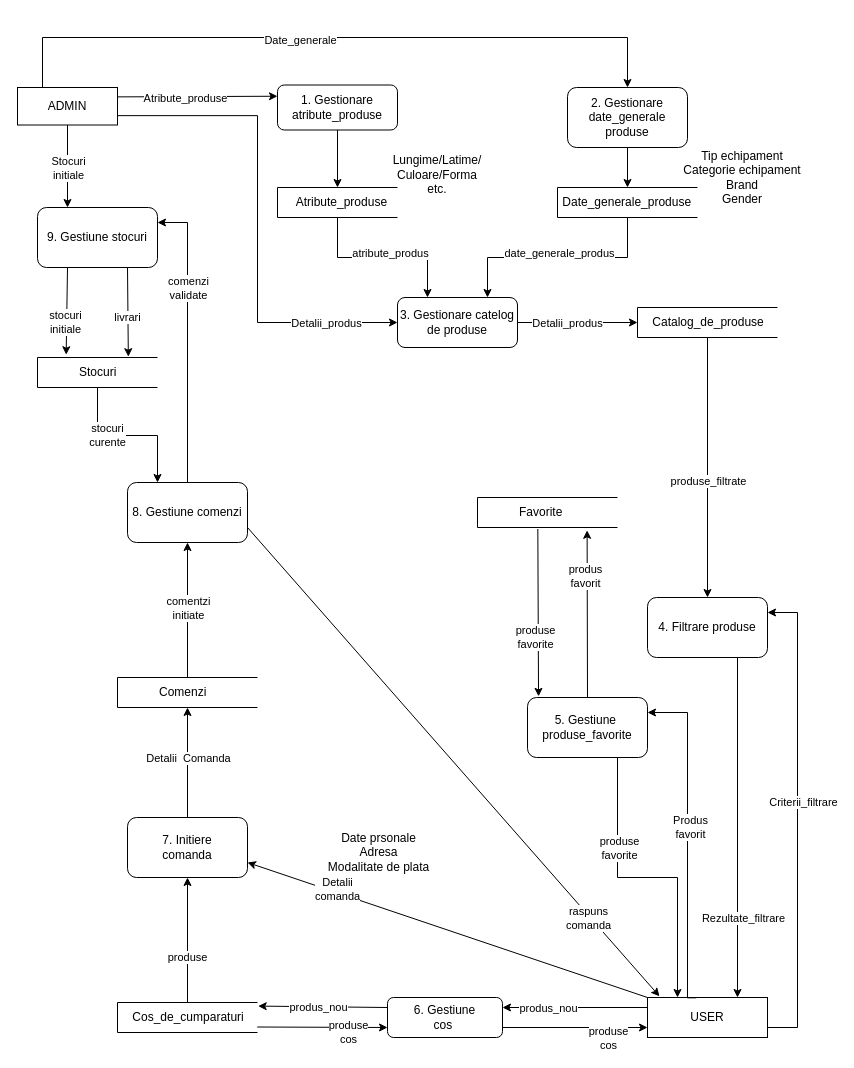
Earlier version of the draw.io diagram Diagrame/context_diagram.drawio (sergiusergiu1234/licenta). Source tidied: cells renumbered, new cells numbered last; positions are measured from the earlier drawing's top-left corner, leaving out a move shared by most shapes. Both pictures are drawn from the tidied source at 100%, with x=0, y=0 at pixel (17, 37).
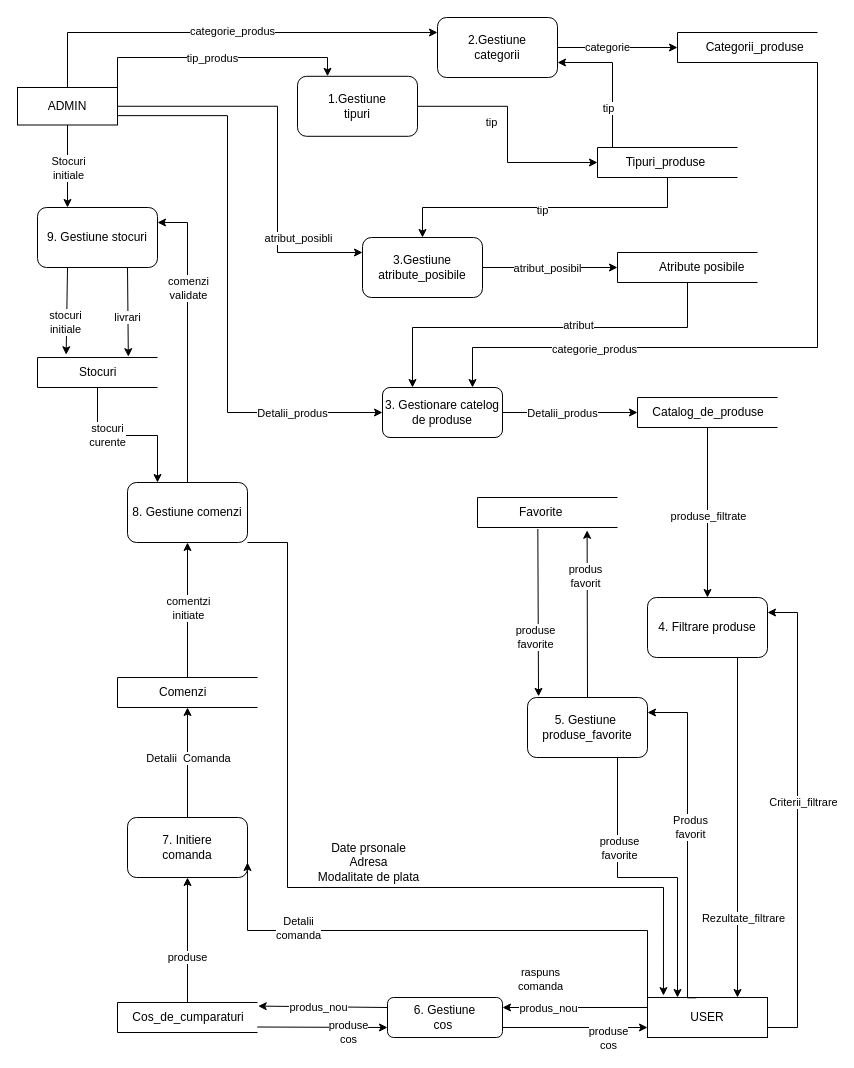
The same diagram, later.

Unchanged cells that the change refers to:
```xml
<mxCell id="2" value="ADMIN" style="rounded=0;whiteSpace=wrap;html=1;" parent="1" vertex="1">
  <mxGeometry y="50" width="100" height="37.5" as="geometry" />
</mxCell>
<mxCell id="3" value="USER" style="rounded=0;whiteSpace=wrap;html=1;" parent="1" vertex="1">
  <mxGeometry x="630" y="960" width="120" height="40" as="geometry" />
</mxCell>
<mxCell id="53" value="7. Initiere&lt;br&gt;comanda" style="rounded=1;whiteSpace=wrap;html=1;" parent="1" vertex="1">
  <mxGeometry x="110" y="780" width="120" height="60" as="geometry" />
</mxCell>
<mxCell id="62" value="8. Gestiune comenzi" style="rounded=1;whiteSpace=wrap;html=1;" parent="1" vertex="1">
  <mxGeometry x="110" y="445" width="120" height="60" as="geometry" />
</mxCell>
```

Diff of the diagram source:
```diff
@@
-    <mxCell id="4" value="1. Gestionare&lt;br&gt;atribute_produse" style="rounded=1;whiteSpace=wrap;html=1;" parent="1" vertex="1">
-      <mxGeometry x="260" y="47.5" width="120" height="45" as="geometry" />
-    </mxCell>
-    <mxCell id="5" value="2. Gestionare&lt;br&gt;date_generale&lt;br&gt;produse" style="rounded=1;whiteSpace=wrap;html=1;" parent="1" vertex="1">
-      <mxGeometry x="550" y="50" width="120" height="60" as="geometry" />
-    </mxCell>
-    <mxCell id="6" style="endArrow=classic;html=1;rounded=0;exitX=1;exitY=0.25;exitDx=0;exitDy=0;entryX=0;entryY=0.25;entryDx=0;entryDy=0;" parent="1" edge="1" source="2" target="4">
-      <mxGeometry relative="1" as="geometry" />
-    </mxCell>
-    <mxCell id="7" value="Atribute_produse" style="edgeLabel;html=1;align=center;verticalAlign=middle;" parent="6" vertex="1">
-      <mxGeometry x="-0.16" y="-1" relative="1" as="geometry" />
-    </mxCell>
-    <mxCell id="8" style="endArrow=classic;html=1;rounded=0;exitX=0.25;exitY=0;exitDx=0;exitDy=0;entryX=0.5;entryY=0;entryDx=0;entryDy=0;edgeStyle=elbowEdgeStyle;" parent="1" edge="1" source="2" target="5">
-      <mxGeometry relative="1" as="geometry">
-        <Array as="points">
-          <mxPoint x="250" />
-        </Array>
-      </mxGeometry>
-    </mxCell>
-    <mxCell id="9" value="Date_generale" style="edgeLabel;html=1;align=center;verticalAlign=middle;" parent="8" vertex="1">
-      <mxGeometry x="0.07" y="-2" relative="1" as="geometry">
-        <mxPoint x="-59" as="offset" />
-      </mxGeometry>
-    </mxCell>
-    <mxCell id="10" value="&amp;nbsp; &amp;nbsp; &amp;nbsp;Atribute_produse" style="strokeWidth=1;html=1;shape=mxgraph.flowchart.annotation_1;align=left;" parent="1" vertex="1">
-      <mxGeometry x="260" y="150" width="120" height="30" as="geometry" />
-    </mxCell>
-    <mxCell id="11" value="&amp;nbsp;Date_generale_produse" style="strokeWidth=1;html=1;shape=mxgraph.flowchart.annotation_1;align=left;" parent="1" vertex="1">
-      <mxGeometry x="540" y="150" width="140" height="30" as="geometry" />
-    </mxCell>
-    <mxCell id="12" style="endArrow=classic;html=1;rounded=0;exitX=0.5;exitY=1;exitDx=0;exitDy=0;entryX=0.5;entryY=0;entryDx=0;entryDy=0;entryPerimeter=0;" parent="1" edge="1" source="4" target="10">
-      <mxGeometry relative="1" as="geometry" />
-    </mxCell>
-    <mxCell id="13" style="endArrow=classic;html=1;rounded=0;exitX=0.5;exitY=1;exitDx=0;exitDy=0;entryX=0.5;entryY=0;entryDx=0;entryDy=0;entryPerimeter=0;" parent="1" edge="1" source="5" target="11">
-      <mxGeometry relative="1" as="geometry" />
-    </mxCell>
     <mxCell id="14" value="3. Gestionare catelog&lt;br&gt;de produse" style="rounded=1;whiteSpace=wrap;html=1;" parent="1" vertex="1">
-      <mxGeometry x="380" y="260" width="120" height="50" as="geometry" />
+      <mxGeometry x="365" y="350" width="120" height="50" as="geometry" />
     </mxCell>
-    <mxCell id="15" value="&lt;br&gt;Lungime/Latime/&lt;br&gt;Culoare/Forma&lt;br&gt;etc." style="text;html=1;strokeColor=none;fillColor=none;align=center;verticalAlign=middle;whiteSpace=wrap;rounded=0;" parent="1" vertex="1">
-      <mxGeometry x="370" y="90" width="100" height="80" as="geometry" />
-    </mxCell>
-    <mxCell id="16" value="Tip echipament&lt;br&gt;Categorie echipament&lt;br&gt;Brand&lt;br&gt;Gender&lt;br&gt;" style="text;html=1;strokeColor=none;fillColor=none;align=center;verticalAlign=middle;whiteSpace=wrap;rounded=0;" parent="1" vertex="1">
-      <mxGeometry x="660" y="100" width="130" height="80" as="geometry" />
-    </mxCell>
-    <mxCell id="17" style="endArrow=classic;html=1;rounded=0;exitX=0.5;exitY=1;exitDx=0;exitDy=0;exitPerimeter=0;entryX=0.25;entryY=0;entryDx=0;entryDy=0;edgeStyle=elbowEdgeStyle;elbow=vertical;" parent="1" edge="1" source="10" target="14">
-      <mxGeometry relative="1" as="geometry" />
-    </mxCell>
-    <mxCell id="18" value="atribute_produs" style="edgeLabel;html=1;align=center;verticalAlign=middle;" parent="17" vertex="1">
-      <mxGeometry x="-0.27" relative="1" as="geometry">
-        <mxPoint x="30" y="-5" as="offset" />
-      </mxGeometry>
-    </mxCell>
-    <mxCell id="19" style="endArrow=classic;html=1;rounded=0;exitX=0.5;exitY=1;exitDx=0;exitDy=0;exitPerimeter=0;edgeStyle=elbowEdgeStyle;elbow=vertical;entryX=0.75;entryY=0;entryDx=0;entryDy=0;" parent="1" edge="1" source="11" target="14">
-      <mxGeometry relative="1" as="geometry" />
-    </mxCell>
-    <mxCell id="20" value="date_generale_produs" style="edgeLabel;html=1;align=center;verticalAlign=middle;" parent="19" vertex="1">
-      <mxGeometry x="-0.32" y="2" relative="1" as="geometry">
-        <mxPoint x="-34" y="-7" as="offset" />
-      </mxGeometry>
-    </mxCell>
     <mxCell id="21" style="endArrow=classic;html=1;rounded=0;exitX=1;exitY=0.75;exitDx=0;exitDy=0;entryX=0;entryY=0.5;entryDx=0;entryDy=0;edgeStyle=elbowEdgeStyle;" parent="1" edge="1" source="2" target="14">
-      <mxGeometry relative="1" as="geometry" />
+      <mxGeometry relative="1" as="geometry">
+        <Array as="points">
+          <mxPoint x="210" y="120" />
+        </Array>
+      </mxGeometry>
     </mxCell>
@@
     <mxCell id="23" value="&amp;nbsp; &amp;nbsp; Catalog_de_produse" style="strokeWidth=1;html=1;shape=mxgraph.flowchart.annotation_1;align=left;" parent="1" vertex="1">
-      <mxGeometry x="620" y="270" width="140" height="30" as="geometry" />
+      <mxGeometry x="620" y="360" width="140" height="30" as="geometry" />
     </mxCell>
@@
-    <mxCell id="56" style="endArrow=classic;html=1;rounded=0;exitX=0;exitY=0;exitDx=0;exitDy=0;entryX=1;entryY=0.75;entryDx=0;entryDy=0;" parent="1" edge="1" source="3" target="53">
+    <mxCell id="56" style="endArrow=classic;html=1;rounded=0;exitX=0;exitY=0;exitDx=0;exitDy=0;entryX=1;entryY=0.75;entryDx=0;entryDy=0;edgeStyle=elbowEdgeStyle;elbow=vertical;" parent="1" edge="1" source="3" target="53">
       <mxGeometry relative="1" as="geometry" />
     </mxCell>
@@
     <mxCell id="58" value="Date prsonale&lt;br&gt;Adresa&lt;br&gt;Modalitate de plata&lt;br&gt;" style="text;html=1;strokeColor=none;fillColor=none;align=center;verticalAlign=middle;whiteSpace=wrap;rounded=0;" parent="1" vertex="1">
-      <mxGeometry x="290" y="790" width="142.5" height="50" as="geometry" />
+      <mxGeometry x="280" y="800" width="142.5" height="50" as="geometry" />
     </mxCell>
@@
-    <mxCell id="65" style="endArrow=classic;html=1;rounded=0;exitX=1;exitY=0.75;exitDx=0;exitDy=0;entryX=0.1;entryY=-0.03;entryDx=0;entryDy=0;entryPerimeter=0;" parent="1" edge="1" source="62" target="3">
-      <mxGeometry relative="1" as="geometry" />
+    <mxCell id="65" style="endArrow=classic;html=1;rounded=0;exitX=1;exitY=1;exitDx=0;exitDy=0;edgeStyle=orthogonalEdgeStyle;entryX=0.133;entryY=-0.048;entryDx=0;entryDy=0;entryPerimeter=0;" parent="1" edge="1" source="62" target="3">
+      <mxGeometry relative="1" as="geometry">
+        <Array as="points">
+          <mxPoint x="270" y="505" />
+          <mxPoint x="270" y="850" />
+          <mxPoint x="646" y="850" />
+        </Array>
+      </mxGeometry>
     </mxCell>
@@
+    <mxCell id="79" value="1.Gestiune&lt;br&gt;tipuri" style="rounded=1;whiteSpace=wrap;html=1;" parent="1" vertex="1">
+      <mxGeometry x="280" y="38.8" width="120" height="60" as="geometry" />
+    </mxCell>
+    <mxCell id="80" value="&lt;span style=&quot;white-space: pre;&quot;&gt;&#9;&lt;/span&gt;Tipuri_produse" style="strokeWidth=1;html=1;shape=mxgraph.flowchart.annotation_1;align=left;" parent="1" vertex="1">
+      <mxGeometry x="580" y="110" width="140" height="30" as="geometry" />
+    </mxCell>
+    <mxCell id="81" style="endArrow=classic;html=1;rounded=0;exitX=1;exitY=0.5;exitDx=0;exitDy=0;entryX=0;entryY=0.5;entryDx=0;entryDy=0;entryPerimeter=0;edgeStyle=elbowEdgeStyle;" parent="1" edge="1" source="79" target="80">
+      <mxGeometry relative="1" as="geometry" />
+    </mxCell>
+    <mxCell id="82" value="tip" style="edgeLabel;html=1;align=center;verticalAlign=middle;" parent="81" vertex="1">
+      <mxGeometry x="-0.37" y="1" relative="1" as="geometry">
+        <mxPoint x="-1" y="17" as="offset" />
+      </mxGeometry>
+    </mxCell>
+    <mxCell id="83" value="2.Gestiune&lt;br&gt;categorii" style="rounded=1;whiteSpace=wrap;html=1;" parent="1" vertex="1">
+      <mxGeometry x="420" y="-20" width="120" height="60" as="geometry" />
+    </mxCell>
+    <mxCell id="84" style="endArrow=classic;html=1;rounded=0;exitX=0.5;exitY=0;exitDx=0;exitDy=0;entryX=0;entryY=0.25;entryDx=0;entryDy=0;edgeStyle=elbowEdgeStyle;" parent="1" edge="1" source="2" target="83">
+      <mxGeometry relative="1" as="geometry">
+        <Array as="points">
+          <mxPoint x="50" y="20" />
+          <mxPoint x="330" y="80" />
+        </Array>
+      </mxGeometry>
+    </mxCell>
+    <mxCell id="85" value="categorie_produs" style="edgeLabel;html=1;align=center;verticalAlign=middle;" parent="84" vertex="1">
+      <mxGeometry x="0.03" y="1" relative="1" as="geometry" />
+    </mxCell>
+    <mxCell id="86" value="&lt;span style=&quot;white-space: pre;&quot;&gt;&#9;&lt;/span&gt;Categorii_produse" style="strokeWidth=1;html=1;shape=mxgraph.flowchart.annotation_1;align=left;" parent="1" vertex="1">
+      <mxGeometry x="660" y="-5" width="140" height="30" as="geometry" />
+    </mxCell>
+    <mxCell id="87" style="endArrow=classic;html=1;rounded=0;exitX=1;exitY=0.5;exitDx=0;exitDy=0;entryX=0;entryY=0.5;entryDx=0;entryDy=0;entryPerimeter=0;" parent="1" edge="1" source="83" target="86">
+      <mxGeometry relative="1" as="geometry" />
+    </mxCell>
+    <mxCell id="88" value="categorie" style="edgeLabel;html=1;align=center;verticalAlign=middle;" parent="87" vertex="1">
+      <mxGeometry x="-0.19" y="1" relative="1" as="geometry" />
+    </mxCell>
+    <mxCell id="89" style="endArrow=classic;html=1;rounded=0;exitX=0.5;exitY=0;exitDx=0;exitDy=0;exitPerimeter=0;entryX=1;entryY=0.75;entryDx=0;entryDy=0;edgeStyle=elbowEdgeStyle;" parent="1" edge="1" source="80" target="83">
+      <mxGeometry relative="1" as="geometry" />
+    </mxCell>
+    <mxCell id="90" value="tip" style="edgeLabel;html=1;align=center;verticalAlign=middle;" parent="89" vertex="1">
+      <mxGeometry x="-0.23" y="2" relative="1" as="geometry">
+        <mxPoint x="-3" y="-20" as="offset" />
+      </mxGeometry>
+    </mxCell>
+    <mxCell id="91" style="endArrow=classic;html=1;rounded=0;exitX=1;exitY=0.25;exitDx=0;exitDy=0;entryX=0.25;entryY=0;entryDx=0;entryDy=0;edgeStyle=elbowEdgeStyle;elbow=vertical;" parent="1" edge="1" source="2" target="79">
+      <mxGeometry relative="1" as="geometry">
+        <Array as="points">
+          <mxPoint x="160" y="20" />
+          <mxPoint x="220" y="60" />
+        </Array>
+      </mxGeometry>
+    </mxCell>
+    <mxCell id="92" value="tip_produs" style="edgeLabel;html=1;align=center;verticalAlign=middle;" parent="91" vertex="1">
+      <mxGeometry x="0.17" y="-4" relative="1" as="geometry">
+        <mxPoint x="-23" y="-4" as="offset" />
+      </mxGeometry>
+    </mxCell>
+    <mxCell id="93" value="3.Gestiune&lt;br&gt;atribute_posibile" style="rounded=1;whiteSpace=wrap;html=1;" parent="1" vertex="1">
+      <mxGeometry x="345" y="200" width="120" height="60" as="geometry" />
+    </mxCell>
+    <mxCell id="94" value="&lt;blockquote style=&quot;margin: 0 0 0 40px; border: none; padding: 0px;&quot;&gt;Atribute posibile&lt;/blockquote&gt;" style="strokeWidth=1;html=1;shape=mxgraph.flowchart.annotation_1;align=left;" parent="1" vertex="1">
+      <mxGeometry x="600" y="215" width="140" height="30" as="geometry" />
+    </mxCell>
+    <mxCell id="95" style="endArrow=classic;html=1;rounded=0;exitX=0.5;exitY=1;exitDx=0;exitDy=0;exitPerimeter=0;entryX=0.5;entryY=0;entryDx=0;entryDy=0;edgeStyle=elbowEdgeStyle;elbow=vertical;" parent="1" edge="1" source="80" target="93">
+      <mxGeometry relative="1" as="geometry" />
+    </mxCell>
+    <mxCell id="96" value="tip" style="edgeLabel;html=1;align=center;verticalAlign=middle;" parent="95" vertex="1">
+      <mxGeometry x="-0.1" y="5" relative="1" as="geometry">
+        <mxPoint x="-19" y="-3" as="offset" />
+      </mxGeometry>
+    </mxCell>
+    <mxCell id="97" style="endArrow=classic;html=1;rounded=0;elbow=vertical;exitX=1;exitY=0.5;exitDx=0;exitDy=0;entryX=0;entryY=0.5;entryDx=0;entryDy=0;entryPerimeter=0;" parent="1" edge="1" source="93" target="94">
+      <mxGeometry relative="1" as="geometry" />
+    </mxCell>
+    <mxCell id="98" value="atribut_posibil" style="edgeLabel;html=1;align=center;verticalAlign=middle;" parent="97" vertex="1">
+      <mxGeometry x="0.13" y="1" relative="1" as="geometry">
+        <mxPoint x="-12" y="1" as="offset" />
+      </mxGeometry>
+    </mxCell>
+    <mxCell id="99" style="endArrow=classic;html=1;rounded=0;exitX=1;exitY=0.5;exitDx=0;exitDy=0;entryX=0;entryY=0.25;entryDx=0;entryDy=0;edgeStyle=elbowEdgeStyle;" parent="1" edge="1" source="2" target="93">
+      <mxGeometry relative="1" as="geometry">
+        <Array as="points">
+          <mxPoint x="260" y="160" />
+        </Array>
+      </mxGeometry>
+    </mxCell>
+    <mxCell id="100" value="atribut_posibli" style="edgeLabel;html=1;align=center;verticalAlign=middle;" parent="99" vertex="1">
+      <mxGeometry x="0.23" y="4" relative="1" as="geometry">
+        <mxPoint x="16" y="51" as="offset" />
+      </mxGeometry>
+    </mxCell>
+    <mxCell id="101" style="endArrow=classic;html=1;rounded=0;exitX=1;exitY=1;exitDx=0;exitDy=0;exitPerimeter=0;entryX=0.75;entryY=0;entryDx=0;entryDy=0;edgeStyle=elbowEdgeStyle;elbow=vertical;" parent="1" edge="1" source="86" target="14">
+      <mxGeometry relative="1" as="geometry">
+        <Array as="points">
+          <mxPoint x="690" y="310" />
+          <mxPoint x="770" y="180" />
+          <mxPoint x="610" y="310" />
+        </Array>
+      </mxGeometry>
+    </mxCell>
+    <mxCell id="102" value="categorie_produs" style="edgeLabel;html=1;align=center;verticalAlign=middle;" parent="101" vertex="1">
+      <mxGeometry x="0.52" y="1" relative="1" as="geometry" />
+    </mxCell>
+    <mxCell id="103" style="endArrow=classic;html=1;rounded=0;elbow=vertical;exitX=0.5;exitY=1;exitDx=0;exitDy=0;exitPerimeter=0;entryX=0.25;entryY=0;entryDx=0;entryDy=0;edgeStyle=elbowEdgeStyle;" parent="1" edge="1" source="94" target="14">
+      <mxGeometry relative="1" as="geometry">
+        <Array as="points">
+          <mxPoint x="530" y="290" />
+        </Array>
+      </mxGeometry>
+    </mxCell>
+    <mxCell id="104" value="atribut" style="edgeLabel;html=1;align=center;verticalAlign=middle;" parent="103" vertex="1">
+      <mxGeometry x="-0.18" y="-3" relative="1" as="geometry">
+        <mxPoint x="1" as="offset" />
+      </mxGeometry>
+    </mxCell>
```
